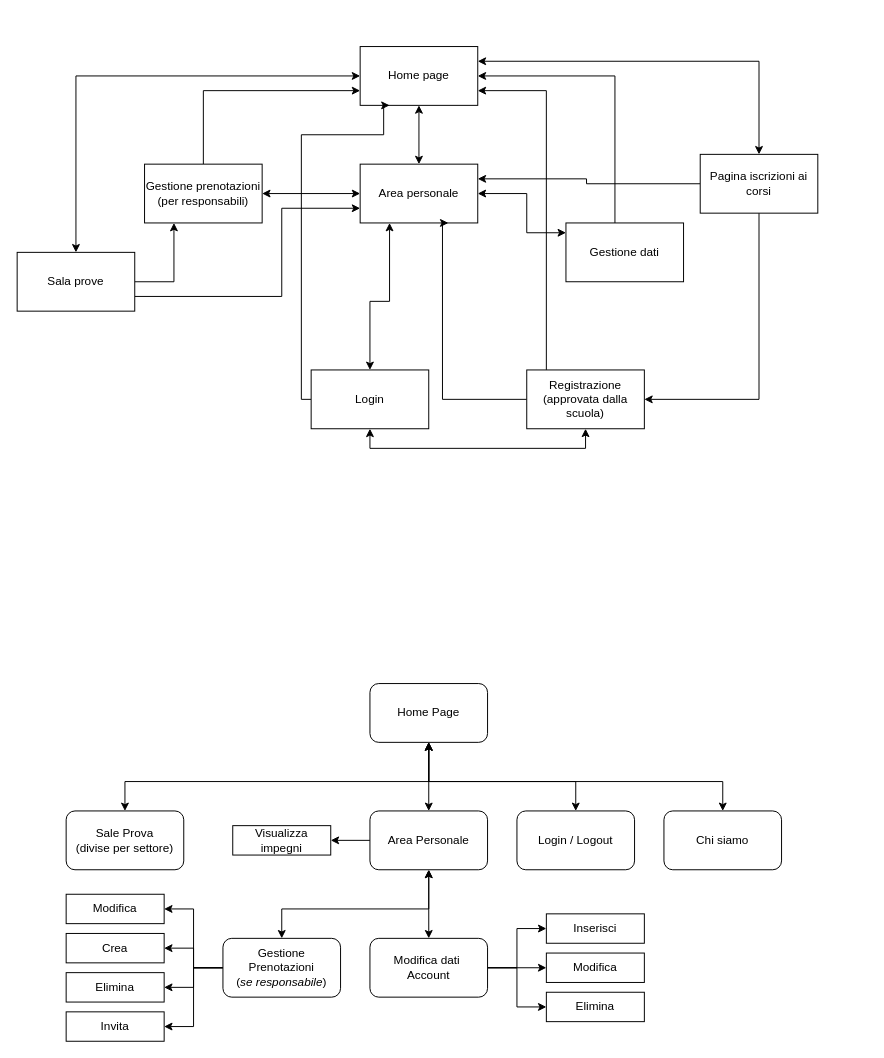
pirvllv/PWeb-Project_25-26_Ancri-Piralla-Suanno keeps this draw.io diagram as Albero_funzionalità.drawio. Above is the earlier version. Source tidied: cells renumbered, new cells numbered last; positions are measured from the earlier drawing's top-left corner, leaving out a move shared by most shapes. Both pictures are drawn from the tidied source at 98%, with x=0, y=0 at pixel (17, 46).
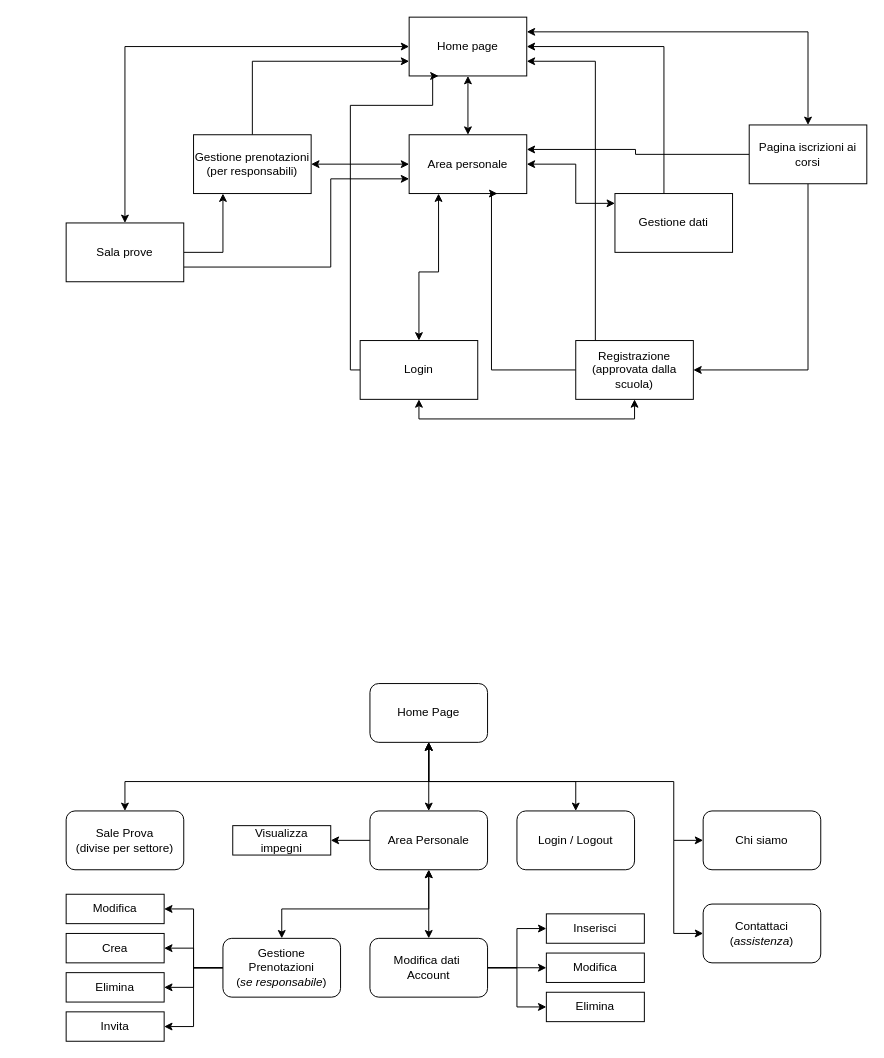
The same diagram, later.

The edit, as a diff of the source:
```diff
@@
     <mxCell id="5" style="edgeStyle=orthogonalEdgeStyle;rounded=0;jettySize=auto;html=1;entryX=0.5;entryY=0;entryDx=0;entryDy=0;startArrow=classic;startFill=1;endArrow=none;endFill=0;exitX=0;exitY=0.75;exitDx=0;exitDy=0;" parent="1" edge="1" source="6" target="16">
       <mxGeometry relative="1" as="geometry">
         <Array as="points">
-          <mxPoint x="190" y="45" />
+          <mxPoint x="240" y="15" />
         </Array>
       </mxGeometry>
     </mxCell>
     <mxCell id="6" value="Home page" style="rounded=0;whiteSpace=wrap;html=1;" parent="1" vertex="1">
-      <mxGeometry x="350" width="120" height="60" as="geometry" />
+      <mxGeometry x="400" y="-30" width="120" height="60" as="geometry" />
     </mxCell>
@@
     <mxCell id="8" style="edgeStyle=orthogonalEdgeStyle;rounded=0;jettySize=auto;html=1;entryX=0.25;entryY=1;entryDx=0;entryDy=0;" parent="1" edge="1" source="9" target="6">
       <mxGeometry relative="1" as="geometry">
         <Array as="points">
-          <mxPoint x="290" y="360" />
-          <mxPoint x="290" y="90" />
-          <mxPoint x="374" y="90" />
+          <mxPoint x="340" y="330" />
+          <mxPoint x="340" y="60" />
+          <mxPoint x="424" y="60" />
         </Array>
       </mxGeometry>
     </mxCell>
     <mxCell id="9" value="Login" style="rounded=0;whiteSpace=wrap;html=1;" parent="1" vertex="1">
-      <mxGeometry x="300" y="330" width="120" height="60" as="geometry" />
+      <mxGeometry x="350" y="300" width="120" height="60" as="geometry" />
     </mxCell>
     <mxCell id="10" style="edgeStyle=orthogonalEdgeStyle;rounded=0;jettySize=auto;html=1;startArrow=classic;startFill=1;exitX=0.25;exitY=1;exitDx=0;exitDy=0;entryX=0.5;entryY=0;entryDx=0;entryDy=0;" parent="1" edge="1" source="12" target="9">
       <mxGeometry relative="1" as="geometry">
         <Array as="points">
-          <mxPoint x="380" y="260" />
-          <mxPoint x="360" y="260" />
+          <mxPoint x="430" y="230" />
+          <mxPoint x="410" y="230" />
         </Array>
       </mxGeometry>
     </mxCell>
@@
     <mxCell id="12" value="Area personale" style="rounded=0;whiteSpace=wrap;html=1;" parent="1" vertex="1">
-      <mxGeometry x="350" y="120" width="120" height="60" as="geometry" />
+      <mxGeometry x="400" y="90" width="120" height="60" as="geometry" />
     </mxCell>
     <mxCell id="13" style="edgeStyle=orthogonalEdgeStyle;rounded=0;jettySize=auto;html=1;entryX=0.75;entryY=1;entryDx=0;entryDy=0;" parent="1" edge="1" source="15" target="12">
       <mxGeometry relative="1" as="geometry">
         <Array as="points">
-          <mxPoint x="434" y="360" />
+          <mxPoint x="484" y="330" />
         </Array>
       </mxGeometry>
     </mxCell>
     <mxCell id="14" style="edgeStyle=orthogonalEdgeStyle;rounded=0;jettySize=auto;html=1;entryX=1;entryY=0.75;entryDx=0;entryDy=0;" parent="1" edge="1" source="15" target="6">
       <mxGeometry relative="1" as="geometry">
         <Array as="points">
-          <mxPoint x="540" y="45" />
+          <mxPoint x="590" y="15" />
         </Array>
       </mxGeometry>
     </mxCell>
     <mxCell id="15" value="Registrazione&lt;div&gt;(approvata dalla scuola&lt;span style=&quot;background-color: transparent; color: light-dark(rgb(0, 0, 0), rgb(255, 255, 255));&quot;&gt;)&lt;/span&gt;&lt;/div&gt;" style="rounded=0;whiteSpace=wrap;html=1;" parent="1" vertex="1">
-      <mxGeometry x="520" y="330" width="120" height="60" as="geometry" />
+      <mxGeometry x="570" y="300" width="120" height="60" as="geometry" />
     </mxCell>
     <mxCell id="16" value="Gestione prenotazioni&lt;div&gt;(per responsabili)&lt;/div&gt;" style="rounded=0;whiteSpace=wrap;html=1;" parent="1" vertex="1">
-      <mxGeometry x="130" y="120" width="120" height="60" as="geometry" />
+      <mxGeometry x="180" y="90" width="120" height="60" as="geometry" />
     </mxCell>
@@
     <mxCell id="18" style="edgeStyle=orthogonalEdgeStyle;rounded=0;jettySize=auto;html=1;exitX=1;exitY=0.75;exitDx=0;exitDy=0;entryX=0;entryY=0.75;entryDx=0;entryDy=0;" parent="1" edge="1" source="19" target="12">
       <mxGeometry relative="1" as="geometry">
         <Array as="points">
-          <mxPoint x="270" y="255" />
-          <mxPoint x="270" y="165" />
+          <mxPoint x="320" y="225" />
+          <mxPoint x="320" y="135" />
         </Array>
       </mxGeometry>
     </mxCell>
     <mxCell id="19" value="Sala prove" style="rounded=0;whiteSpace=wrap;html=1;" parent="1" vertex="1">
-      <mxGeometry y="210" width="120" height="60" as="geometry" />
+      <mxGeometry x="50" y="180" width="120" height="60" as="geometry" />
     </mxCell>
     <mxCell id="20" style="edgeStyle=orthogonalEdgeStyle;rounded=0;jettySize=auto;html=1;entryX=1;entryY=0.5;entryDx=0;entryDy=0;exitX=0.5;exitY=1;exitDx=0;exitDy=0;" parent="1" edge="1" source="22" target="15">
       <mxGeometry relative="1" as="geometry">
         <Array as="points">
-          <mxPoint x="757" y="360" />
+          <mxPoint x="807" y="330" />
         </Array>
       </mxGeometry>
     </mxCell>
     <mxCell id="21" style="edgeStyle=orthogonalEdgeStyle;rounded=0;jettySize=auto;html=1;entryX=1;entryY=0.25;entryDx=0;entryDy=0;" parent="1" edge="1" source="22" target="12">
       <mxGeometry relative="1" as="geometry">
         <Array as="points">
-          <mxPoint x="581" y="140" />
-          <mxPoint x="581" y="135" />
+          <mxPoint x="631" y="110" />
+          <mxPoint x="631" y="105" />
         </Array>
       </mxGeometry>
     </mxCell>
     <mxCell id="22" value="Pagina iscrizioni ai corsi" style="rounded=0;whiteSpace=wrap;html=1;" parent="1" vertex="1">
-      <mxGeometry x="697" y="110" width="120" height="60" as="geometry" />
+      <mxGeometry x="747" y="80" width="120" height="60" as="geometry" />
     </mxCell>
     <mxCell id="23" style="edgeStyle=orthogonalEdgeStyle;rounded=0;jettySize=auto;html=1;startArrow=classic;startFill=1;entryX=1;entryY=0.5;entryDx=0;entryDy=0;" parent="1" edge="1" source="25" target="12">
       <mxGeometry relative="1" as="geometry">
         <Array as="points">
-          <mxPoint x="520" y="190" />
-          <mxPoint x="520" y="150" />
+          <mxPoint x="570" y="160" />
+          <mxPoint x="570" y="120" />
         </Array>
       </mxGeometry>
     </mxCell>
     <mxCell id="24" style="edgeStyle=orthogonalEdgeStyle;rounded=0;jettySize=auto;html=1;entryX=1;entryY=0.5;entryDx=0;entryDy=0;startArrow=none;startFill=0;" parent="1" edge="1" source="25" target="6">
       <mxGeometry relative="1" as="geometry">
         <Array as="points">
-          <mxPoint x="610" y="30" />
+          <mxPoint x="660" />
         </Array>
       </mxGeometry>
     </mxCell>
     <mxCell id="25" value="Gestione dati" style="rounded=0;whiteSpace=wrap;html=1;" parent="1" vertex="1">
-      <mxGeometry x="560" y="180" width="120" height="60" as="geometry" />
+      <mxGeometry x="610" y="150" width="120" height="60" as="geometry" />
     </mxCell>
@@
     <mxCell id="38" value="Chi siamo" style="rounded=1;whiteSpace=wrap;html=1;" parent="1" vertex="1">
-      <mxGeometry x="660" y="780" width="120" height="60" as="geometry" />
+      <mxGeometry x="700" y="780" width="120" height="60" as="geometry" />
     </mxCell>
@@
-    <mxCell id="43" style="endArrow=classic;startArrow=classic;html=1;rounded=0;entryX=0.5;entryY=0;entryDx=0;entryDy=0;" parent="1" edge="1" target="38">
+    <mxCell id="43" style="endArrow=classic;startArrow=classic;html=1;rounded=0;entryX=0;entryY=0.5;entryDx=0;entryDy=0;" parent="1" edge="1" target="38">
       <mxGeometry relative="1" as="geometry">
         <mxPoint x="420" y="710" as="sourcePoint" />
         <Array as="points">
           <mxPoint x="420" y="750" />
-          <mxPoint x="720" y="750" />
+          <mxPoint x="670" y="750" />
+          <mxPoint x="670" y="810" />
         </Array>
       </mxGeometry>
     </mxCell>
@@
+    <mxCell id="55" value="Contattaci&lt;div&gt;(&lt;i&gt;assistenza&lt;/i&gt;)&lt;/div&gt;" style="rounded=1;whiteSpace=wrap;html=1;" parent="1" vertex="1">
+      <mxGeometry x="700" y="875" width="120" height="60" as="geometry" />
+    </mxCell>
+    <mxCell id="56" style="endArrow=classic;html=1;rounded=0;entryX=0;entryY=0.5;entryDx=0;entryDy=0;" parent="1" edge="1" target="55">
+      <mxGeometry relative="1" as="geometry">
+        <mxPoint x="670" y="810" as="sourcePoint" />
+        <Array as="points">
+          <mxPoint x="670" y="905" />
+        </Array>
+      </mxGeometry>
+    </mxCell>
```
